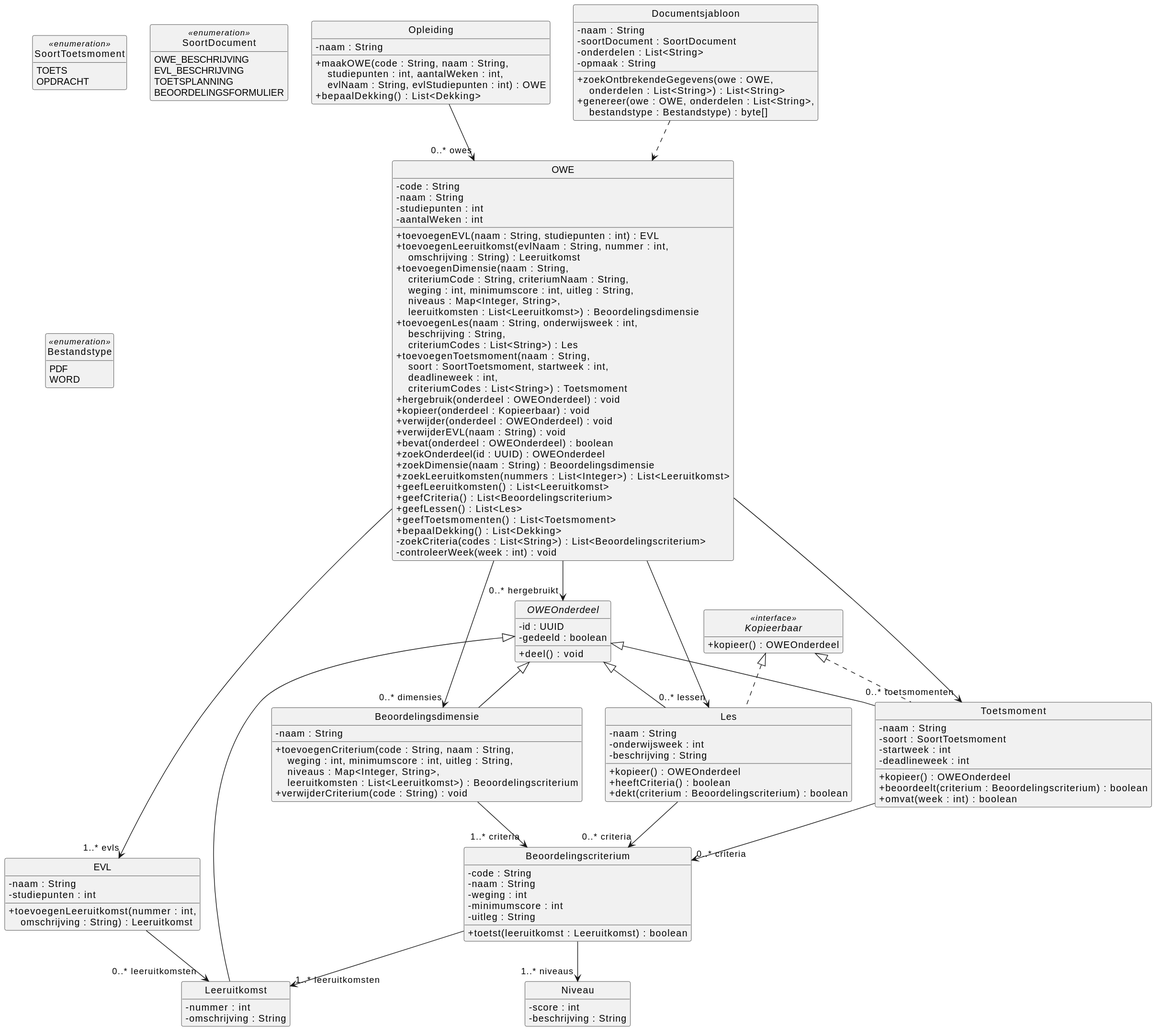
Above: docs/diagrams/klassendiagram-domein.svg in HAN-Craftsmanship-KL-JJG/casus (PlantUML), before the change.
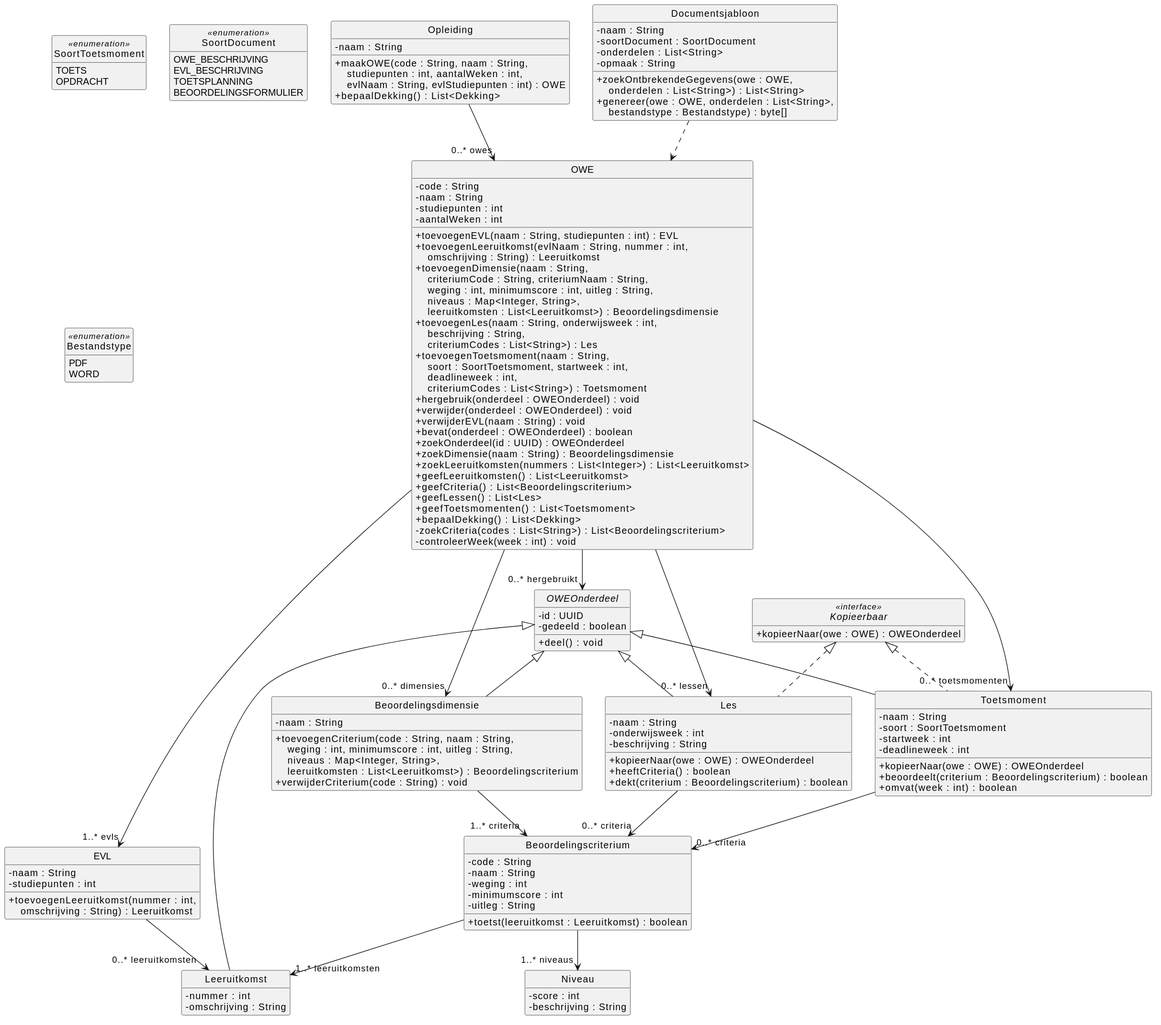
The same file after the commit.

What changed in the source:
```diff
@@ -22,7 +22,6 @@
   + toevoegenLes(naam : String, onderwijsweek : int,\n    beschrijving : String,\n    criteriumCodes : List<String>) : Les
   + toevoegenToetsmoment(naam : String,\n    soort : SoortToetsmoment, startweek : int,\n    deadlineweek : int,\n    criteriumCodes : List<String>) : Toetsmoment
   + hergebruik(onderdeel : OWEOnderdeel) : void
-  + kopieer(onderdeel : Kopieerbaar) : void
   + verwijder(onderdeel : OWEOnderdeel) : void
   + verwijderEVL(naam : String) : void
   + bevat(onderdeel : OWEOnderdeel) : boolean
@@ -79,7 +78,7 @@
   - naam : String
   - onderwijsweek : int
   - beschrijving : String
-  + kopieer() : OWEOnderdeel
+  + kopieerNaar(owe : OWE) : OWEOnderdeel
   + heeftCriteria() : boolean
   + dekt(criterium : Beoordelingscriterium) : boolean
 }
@@ -89,7 +88,7 @@
   - soort : SoortToetsmoment
   - startweek : int
   - deadlineweek : int
-  + kopieer() : OWEOnderdeel
+  + kopieerNaar(owe : OWE) : OWEOnderdeel
   + beoordeelt(criterium : Beoordelingscriterium) : boolean
   + omvat(week : int) : boolean
 }
@@ -104,7 +103,7 @@
 }
 
 interface Kopieerbaar <<interface>> {
-  + kopieer() : OWEOnderdeel
+  + kopieerNaar(owe : OWE) : OWEOnderdeel
 }
 
 enum SoortToetsmoment <<enumeration>> {
```
